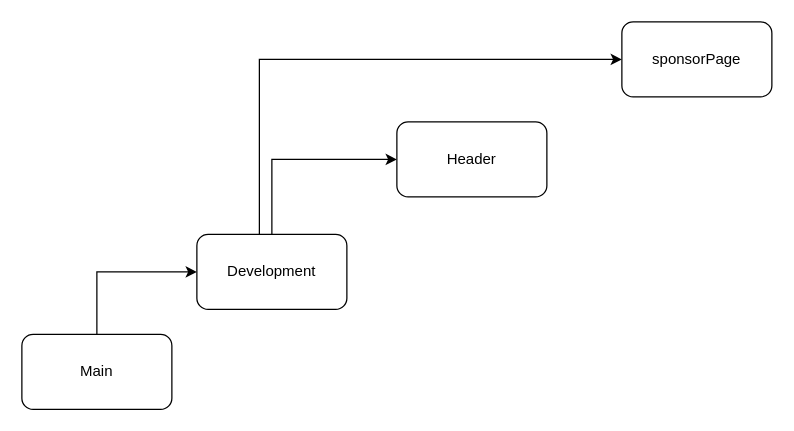
cnidariaware/BajaUofCWebsite keeps this draw.io diagram as Branch Diagram.drawio. Above is the earlier version. Source tidied: cells renumbered, new cells numbered last; positions are measured from the earlier drawing's top-left corner, leaving out a move shared by most shapes. Both pictures are drawn from the tidied source at 125%, with x=0, y=0 at pixel (21, 21).
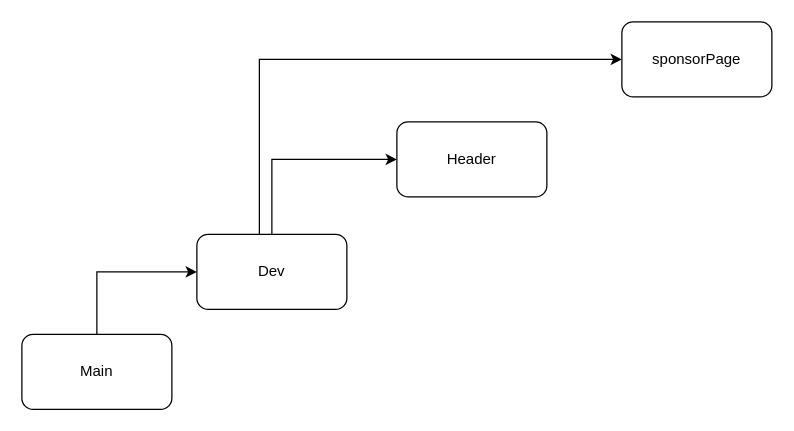
The same page after the edit.

What changed in the source:
```diff
@@
 <mxGraphModel>
   <root>
     <mxCell id="0" />
     <mxCell id="1" parent="0" />
     <mxCell id="2" style="edgeStyle=orthogonalEdgeStyle;rounded=0;jettySize=auto;html=1;entryX=0;entryY=0.5;entryDx=0;entryDy=0;" parent="1" edge="1" source="3" target="6">
       <mxGeometry relative="1" as="geometry">
         <Array as="points">
           <mxPoint x="60" y="200" />
         </Array>
       </mxGeometry>
     </mxCell>
     <mxCell id="3" value="Main" style="rounded=1;whiteSpace=wrap;html=1;" parent="1" vertex="1">
       <mxGeometry y="250" width="120" height="60" as="geometry" />
     </mxCell>
     <mxCell id="4" style="edgeStyle=orthogonalEdgeStyle;rounded=0;jettySize=auto;html=1;entryX=0;entryY=0.5;entryDx=0;entryDy=0;" parent="1" edge="1" source="6" target="7">
       <mxGeometry relative="1" as="geometry">
         <Array as="points">
           <mxPoint x="200" y="110" />
         </Array>
       </mxGeometry>
     </mxCell>
     <mxCell id="5" style="edgeStyle=orthogonalEdgeStyle;rounded=0;jettySize=auto;html=1;entryX=0;entryY=0.5;entryDx=0;entryDy=0;" parent="1" edge="1" source="6" target="8">
       <mxGeometry relative="1" as="geometry">
         <Array as="points">
           <mxPoint x="190" y="30" />
         </Array>
       </mxGeometry>
     </mxCell>
-    <mxCell id="6" value="Development" style="rounded=1;whiteSpace=wrap;html=1;" parent="1" vertex="1">
+    <mxCell id="6" value="Dev" style="rounded=1;whiteSpace=wrap;html=1;" parent="1" vertex="1">
       <mxGeometry x="140" y="170" width="120" height="60" as="geometry" />
     </mxCell>
     <mxCell id="7" value="Header" style="rounded=1;whiteSpace=wrap;html=1;" parent="1" vertex="1">
       <mxGeometry x="300" y="80" width="120" height="60" as="geometry" />
     </mxCell>
     <mxCell id="8" value="&lt;div&gt;sponsorPage&lt;br&gt;&lt;/div&gt;" style="rounded=1;whiteSpace=wrap;html=1;" parent="1" vertex="1">
       <mxGeometry x="480" width="120" height="60" as="geometry" />
     </mxCell>
   </root>
 </mxGraphModel>
```
